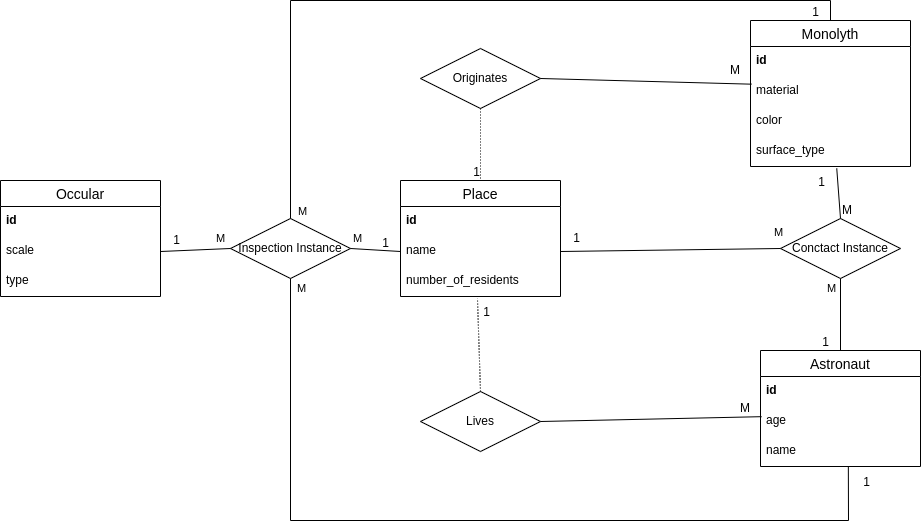
Earlier version of the draw.io export Infologic.png (usopshiy/BD_lab1). Source tidied: cells renumbered, new cells last; positions are measured from the earlier drawing's top-left corner, leaving out a move shared by most shapes.
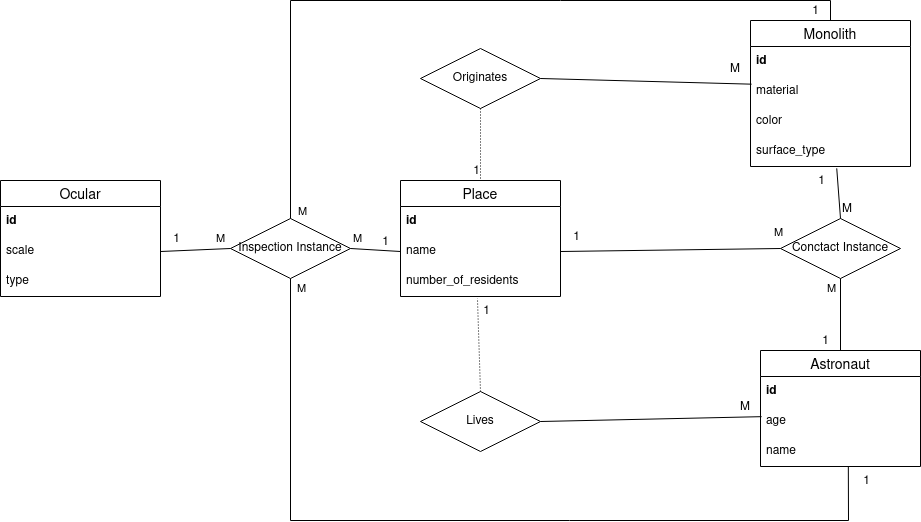
After the commit.

Diff of the diagram source:
```diff
@@ -14,7 +14,7 @@
     <mxCell id="5" value="name" style="text;strokeColor=none;fillColor=none;spacingLeft=4;spacingRight=4;overflow=hidden;points=[[0,0.5],[1,0.5]];portConstraint=eastwest;fontSize=12;" parent="2" vertex="1">
       <mxGeometry y="86" width="160" height="30" as="geometry" />
     </mxCell>
-    <mxCell id="6" value="Monolyth" style="swimlane;fontStyle=0;horizontal=1;startSize=26;align=center;fontSize=14;" parent="1" vertex="1">
+    <mxCell id="6" value="Monolith" style="swimlane;fontStyle=0;horizontal=1;startSize=26;align=center;fontSize=14;" parent="1" vertex="1">
       <mxGeometry x="750" y="20" width="160" height="146" as="geometry" />
     </mxCell>
     <mxCell id="7" value="id" style="text;strokeColor=none;fillColor=none;spacingLeft=4;spacingRight=4;overflow=hidden;fontSize=12;fontStyle=1;" parent="6" vertex="1">
@@ -29,7 +29,7 @@
     <mxCell id="10" value="surface_type" style="text;strokeColor=none;fillColor=none;spacingLeft=4;spacingRight=4;overflow=hidden;points=[[0,0.5],[1,0.5]];portConstraint=eastwest;fontSize=12;" parent="6" vertex="1">
       <mxGeometry y="116" width="160" height="30" as="geometry" />
     </mxCell>
-    <mxCell id="11" value="Occular" style="swimlane;fontStyle=0;horizontal=1;startSize=26;align=center;fontSize=14;" parent="1" vertex="1">
+    <mxCell id="11" value="Ocular" style="swimlane;fontStyle=0;horizontal=1;startSize=26;align=center;fontSize=14;" parent="1" vertex="1">
       <mxGeometry y="180" width="160" height="116" as="geometry" />
     </mxCell>
     <mxCell id="12" value="id" style="text;strokeColor=none;fillColor=none;spacingLeft=4;spacingRight=4;overflow=hidden;fontSize=12;fontStyle=1;" parent="11" vertex="1">
```
